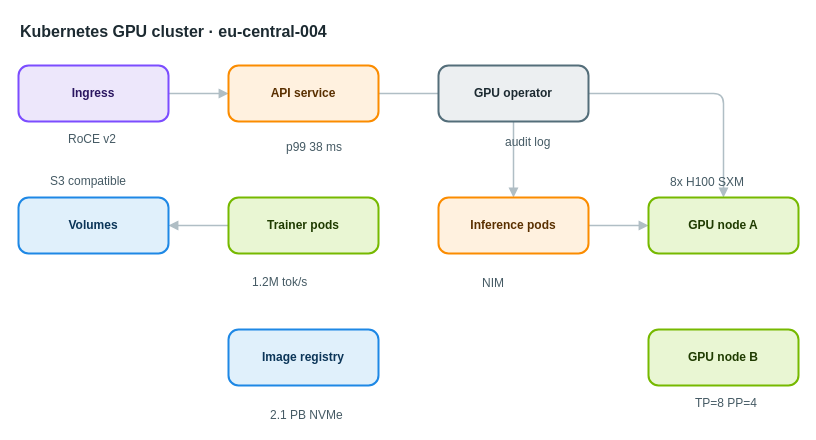
Before: apps/web/public/samples/library/004-kubernetes-gpu-cluster.drawio in AryanG01/open-apprentice, a draw.io diagram. Source tidied: cells renumbered, new cells numbered last; positions are measured from the earlier drawing's top-left corner, leaving out a move shared by most shapes. Both pictures are drawn from the tidied source at 100%, with x=0, y=0 at pixel (18, 17).
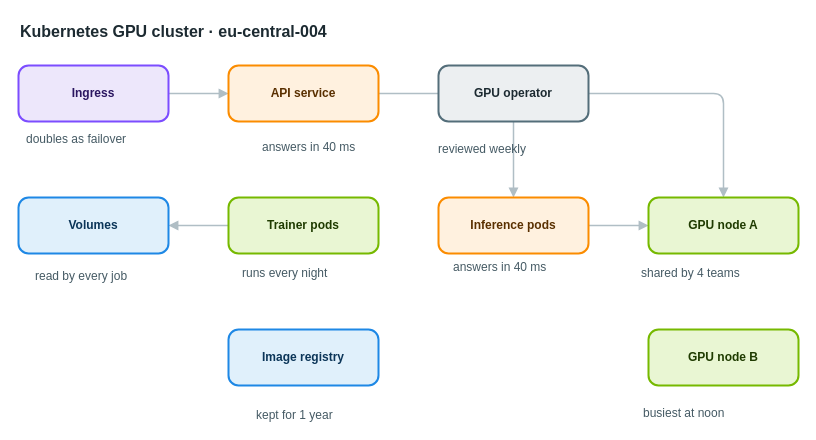
The same diagram, later.

The edit, as a diff of the source:
```diff
@@
-    <mxCell id="17" value="RoCE v2" style="text;html=1;align=left;verticalAlign=top;whiteSpace=nowrap;spacing=0;spacingTop=0;strokeColor=none;fillColor=none;fontSize=12;fontColor=#455a64;" parent="1" vertex="1">
-      <mxGeometry x="50" y="110" width="61" height="20" as="geometry" />
+    <mxCell id="17" value="doubles as failover" style="text;html=1;align=left;verticalAlign=top;whiteSpace=nowrap;spacing=0;spacingTop=0;strokeColor=none;fillColor=none;fontSize=12;fontColor=#455a64;" parent="1" vertex="1">
+      <mxGeometry x="8" y="110" width="145" height="20" as="geometry" />
     </mxCell>
-    <mxCell id="18" value="p99 38 ms" style="text;html=1;align=left;verticalAlign=top;whiteSpace=nowrap;spacing=0;spacingTop=0;strokeColor=none;fillColor=none;fontSize=12;fontColor=#455a64;" parent="1" vertex="1">
-      <mxGeometry x="268" y="118" width="75" height="20" as="geometry" />
+    <mxCell id="18" value="answers in 40 ms" style="text;html=1;align=left;verticalAlign=top;whiteSpace=nowrap;spacing=0;spacingTop=0;strokeColor=none;fillColor=none;fontSize=12;fontColor=#455a64;" parent="1" vertex="1">
+      <mxGeometry x="244" y="118" width="124" height="20" as="geometry" />
     </mxCell>
-    <mxCell id="19" value="audit log" style="text;html=1;align=left;verticalAlign=top;whiteSpace=nowrap;spacing=0;spacingTop=0;strokeColor=none;fillColor=none;fontSize=12;fontColor=#455a64;" parent="1" vertex="1">
-      <mxGeometry x="487" y="113" width="75" height="20" as="geometry" />
+    <mxCell id="19" value="reviewed weekly" style="text;html=1;align=left;verticalAlign=top;whiteSpace=nowrap;spacing=0;spacingTop=0;strokeColor=none;fillColor=none;fontSize=12;fontColor=#455a64;" parent="1" vertex="1">
+      <mxGeometry x="420" y="120" width="117" height="20" as="geometry" />
     </mxCell>
-    <mxCell id="20" value="1.2M tok/s" style="text;html=1;align=left;verticalAlign=top;whiteSpace=nowrap;spacing=0;spacingTop=0;strokeColor=none;fillColor=none;fontSize=12;fontColor=#455a64;" parent="1" vertex="1">
-      <mxGeometry x="234" y="253" width="82" height="20" as="geometry" />
+    <mxCell id="20" value="runs every night" style="text;html=1;align=left;verticalAlign=top;whiteSpace=nowrap;spacing=0;spacingTop=0;strokeColor=none;fillColor=none;fontSize=12;fontColor=#455a64;" parent="1" vertex="1">
+      <mxGeometry x="224" y="244" width="124" height="20" as="geometry" />
     </mxCell>
-    <mxCell id="21" value="NIM" style="text;html=1;align=left;verticalAlign=top;whiteSpace=nowrap;spacing=0;spacingTop=0;strokeColor=none;fillColor=none;fontSize=12;fontColor=#455a64;" parent="1" vertex="1">
-      <mxGeometry x="464" y="254" width="33" height="20" as="geometry" />
+    <mxCell id="21" value="answers in 40 ms" style="text;html=1;align=left;verticalAlign=top;whiteSpace=nowrap;spacing=0;spacingTop=0;strokeColor=none;fillColor=none;fontSize=12;fontColor=#455a64;" parent="1" vertex="1">
+      <mxGeometry x="435" y="238" width="124" height="20" as="geometry" />
     </mxCell>
-    <mxCell id="22" value="8x H100 SXM" style="text;html=1;align=left;verticalAlign=top;whiteSpace=nowrap;spacing=0;spacingTop=0;strokeColor=none;fillColor=none;fontSize=12;fontColor=#455a64;" parent="1" vertex="1">
-      <mxGeometry x="652" y="153" width="89" height="20" as="geometry" />
+    <mxCell id="22" value="shared by 4 teams" style="text;html=1;align=left;verticalAlign=top;whiteSpace=nowrap;spacing=0;spacingTop=0;strokeColor=none;fillColor=none;fontSize=12;fontColor=#455a64;" parent="1" vertex="1">
+      <mxGeometry x="623" y="244" width="131" height="20" as="geometry" />
     </mxCell>
-    <mxCell id="23" value="TP=8 PP=4" style="text;html=1;align=left;verticalAlign=top;whiteSpace=nowrap;spacing=0;spacingTop=0;strokeColor=none;fillColor=none;fontSize=12;fontColor=#455a64;" parent="1" vertex="1">
-      <mxGeometry x="677" y="374" width="75" height="20" as="geometry" />
+    <mxCell id="23" value="busiest at noon" style="text;html=1;align=left;verticalAlign=top;whiteSpace=nowrap;spacing=0;spacingTop=0;strokeColor=none;fillColor=none;fontSize=12;fontColor=#455a64;" parent="1" vertex="1">
+      <mxGeometry x="625" y="384" width="117" height="20" as="geometry" />
     </mxCell>
-    <mxCell id="24" value="S3 compatible" style="text;html=1;align=left;verticalAlign=top;whiteSpace=nowrap;spacing=0;spacingTop=0;strokeColor=none;fillColor=none;fontSize=12;fontColor=#455a64;" parent="1" vertex="1">
-      <mxGeometry x="32" y="152" width="103" height="20" as="geometry" />
+    <mxCell id="24" value="read by every job" style="text;html=1;align=left;verticalAlign=top;whiteSpace=nowrap;spacing=0;spacingTop=0;strokeColor=none;fillColor=none;fontSize=12;fontColor=#455a64;" parent="1" vertex="1">
+      <mxGeometry x="17" y="247" width="131" height="20" as="geometry" />
     </mxCell>
-    <mxCell id="25" value="2.1 PB NVMe" style="text;html=1;align=left;verticalAlign=top;whiteSpace=nowrap;spacing=0;spacingTop=0;strokeColor=none;fillColor=none;fontSize=12;fontColor=#455a64;" parent="1" vertex="1">
-      <mxGeometry x="252" y="386" width="89" height="20" as="geometry" />
+    <mxCell id="25" value="kept for 1 year" style="text;html=1;align=left;verticalAlign=top;whiteSpace=nowrap;spacing=0;spacingTop=0;strokeColor=none;fillColor=none;fontSize=12;fontColor=#455a64;" parent="1" vertex="1">
+      <mxGeometry x="238" y="386" width="117" height="20" as="geometry" />
     </mxCell>
```
